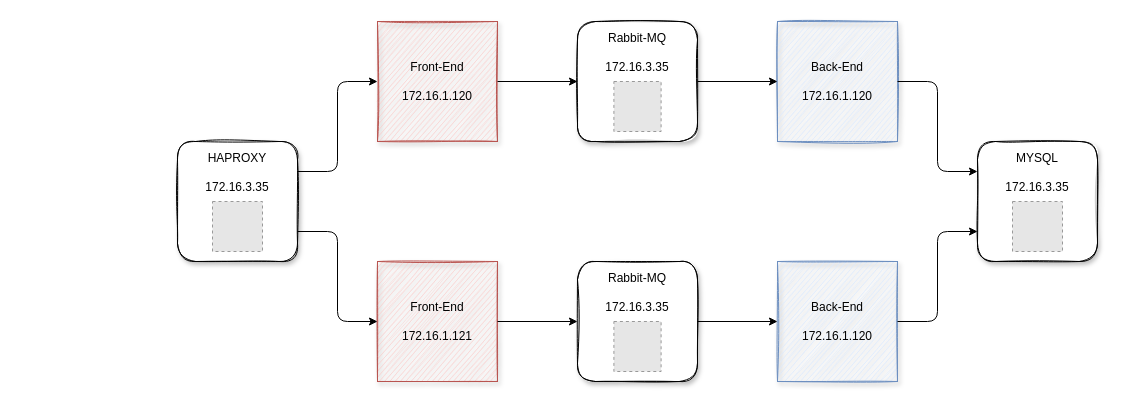
unipi-fr/CloudProgramming keeps this draw.io diagram as Presentazione/Schema.drawio. Above is the earlier version. Source tidied: cells renumbered, new cells numbered last; positions are measured from the earlier drawing's top-left corner, leaving out a move shared by most shapes. Both pictures are drawn from the tidied source at 100%, with x=0, y=0 at pixel (177, 21). Pictures stored in the file or linked from it are replaced by grey dashed boxes.
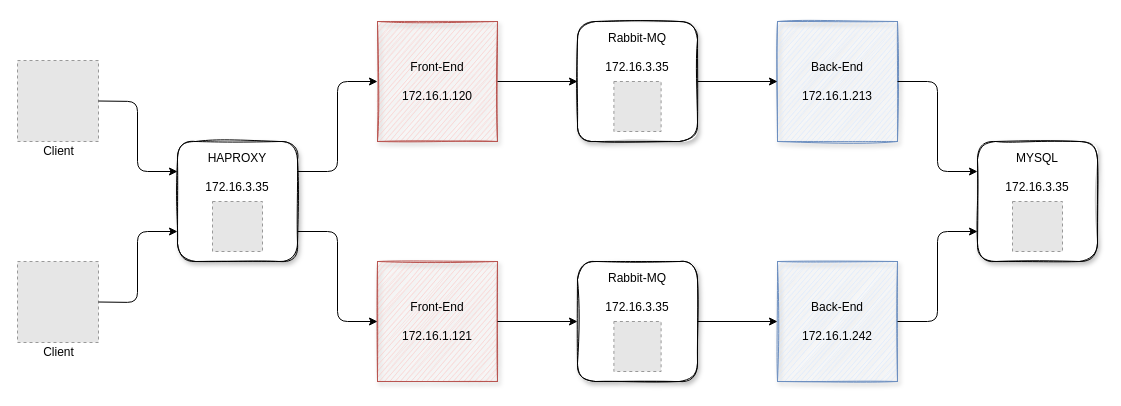
After the change.

Unchanged cells that the change refers to:
```xml
<mxCell id="2" value="HAPROXY&lt;br&gt;&lt;br&gt;172.16.3.35&lt;br&gt;&lt;br&gt;&lt;br&gt;&lt;br&gt;&lt;br&gt;" style="whiteSpace=wrap;html=1;shadow=1;sketch=1;rounded=1;glass=0;" parent="1" vertex="1">
  <mxGeometry y="120" width="120" height="120" as="geometry" />
</mxCell>
```

Diff of the diagram source:
```diff
@@
-    <mxCell id="9" value="Back-End&lt;br&gt;&lt;br&gt;172.16.1.120" style="whiteSpace=wrap;html=1;shadow=1;sketch=1;fillColor=#dae8fc;strokeColor=#6c8ebf;" parent="1" vertex="1">
+    <mxCell id="9" value="Back-End&lt;br&gt;&lt;br&gt;172.16.1.213" style="whiteSpace=wrap;html=1;shadow=1;sketch=1;fillColor=#dae8fc;strokeColor=#6c8ebf;" parent="1" vertex="1">
       <mxGeometry x="600" width="120" height="120" as="geometry" />
     </mxCell>
-    <mxCell id="10" value="Back-End&lt;br&gt;&lt;br&gt;172.16.1.120" style="whiteSpace=wrap;html=1;shadow=1;sketch=1;fillColor=#dae8fc;strokeColor=#6c8ebf;" parent="1" vertex="1">
+    <mxCell id="10" value="Back-End&lt;br&gt;&lt;br&gt;172.16.1.242" style="whiteSpace=wrap;html=1;shadow=1;sketch=1;fillColor=#dae8fc;strokeColor=#6c8ebf;" parent="1" vertex="1">
       <mxGeometry x="600" y="240" width="120" height="120" as="geometry" />
     </mxCell>
@@
+    <mxCell id="22" style="fillColor=#E6E6E6;strokeColor=#999999;dashed=1;verticalLabelPosition=bottom;labelBackgroundColor=#ffffff;verticalAlign=top;" parent="1" vertex="1">
+      <mxGeometry x="-160" y="39" width="81" height="81" as="geometry" />
+    </mxCell>
+    <mxCell id="23" style="fillColor=#E6E6E6;strokeColor=#999999;dashed=1;verticalLabelPosition=bottom;labelBackgroundColor=#ffffff;verticalAlign=top;" parent="1" vertex="1">
+      <mxGeometry x="-160" y="240" width="81" height="81" as="geometry" />
+    </mxCell>
+    <mxCell id="24" style="endArrow=classic;html=1;exitX=1;exitY=0.5;exitDx=0;exitDy=0;entryX=0;entryY=0.25;entryDx=0;entryDy=0;" parent="1" edge="1" source="22" target="2">
+      <mxGeometry relative="1" as="geometry">
+        <Array as="points">
+          <mxPoint x="-40" y="80" />
+          <mxPoint x="-40" y="150" />
+        </Array>
+      </mxGeometry>
+    </mxCell>
+    <mxCell id="25" style="endArrow=classic;html=1;exitX=1;exitY=0.5;exitDx=0;exitDy=0;entryX=0;entryY=0.75;entryDx=0;entryDy=0;" parent="1" edge="1" source="23" target="2">
+      <mxGeometry relative="1" as="geometry">
+        <Array as="points">
+          <mxPoint x="-40" y="281" />
+          <mxPoint x="-40" y="210" />
+        </Array>
+      </mxGeometry>
+    </mxCell>
+    <mxCell id="26" value="Client" style="text;html=1;align=center;verticalAlign=middle;" parent="1" vertex="1">
+      <mxGeometry x="-144.5" y="120" width="50" height="20" as="geometry" />
+    </mxCell>
+    <mxCell id="27" value="Client" style="text;html=1;align=center;verticalAlign=middle;" parent="1" vertex="1">
+      <mxGeometry x="-144.5" y="321" width="50" height="20" as="geometry" />
+    </mxCell>
```
